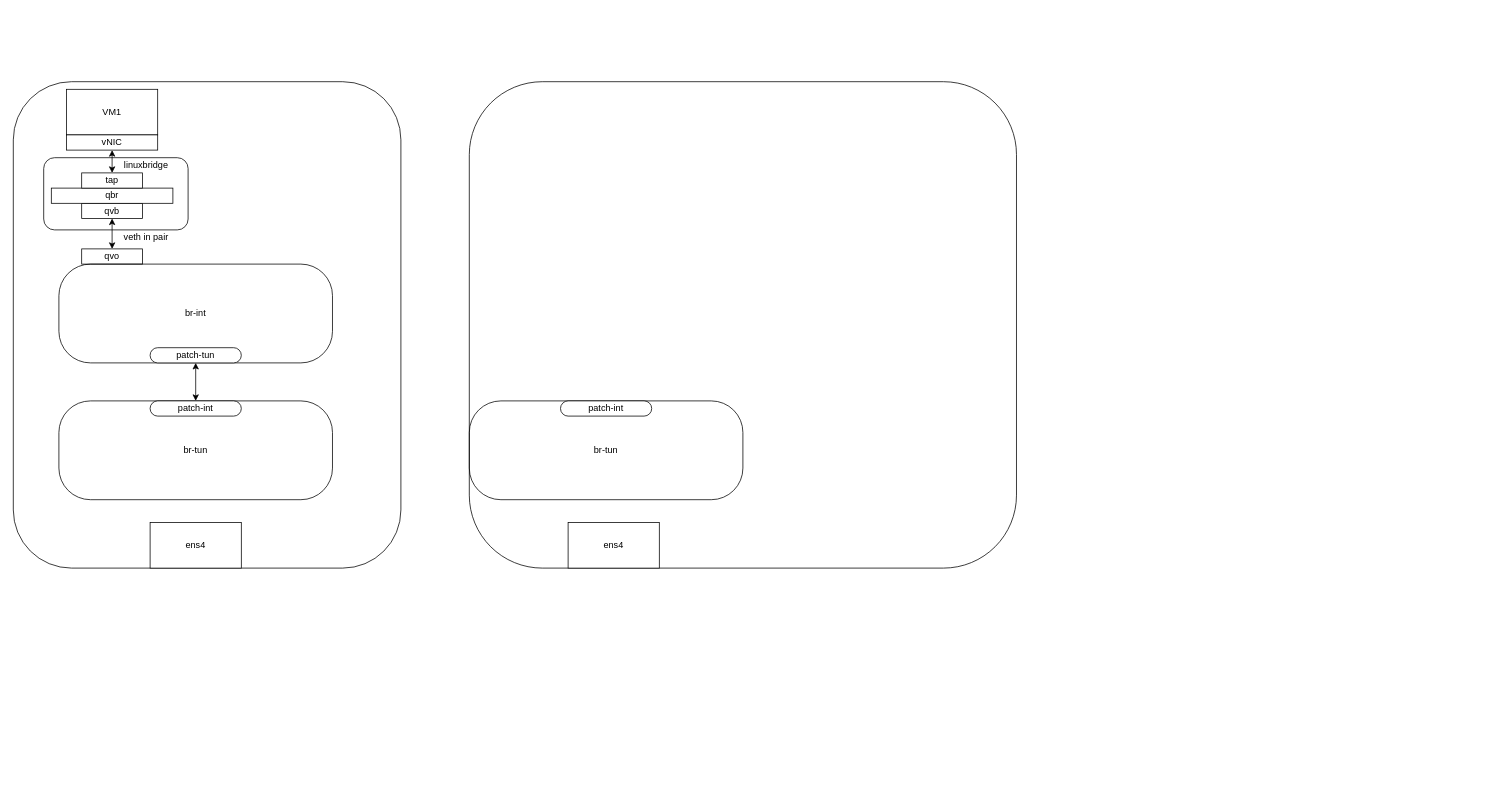
Before: network_flow_openstack_ovs.drawio in lmq1999/Mytest, a draw.io diagram. Source tidied: cells renumbered, new cells numbered last; positions are measured from the earlier drawing's top-left corner, leaving out a move shared by most shapes. Both pictures are drawn from the tidied source at 76%, with x=0, y=0 at pixel (13, 81).
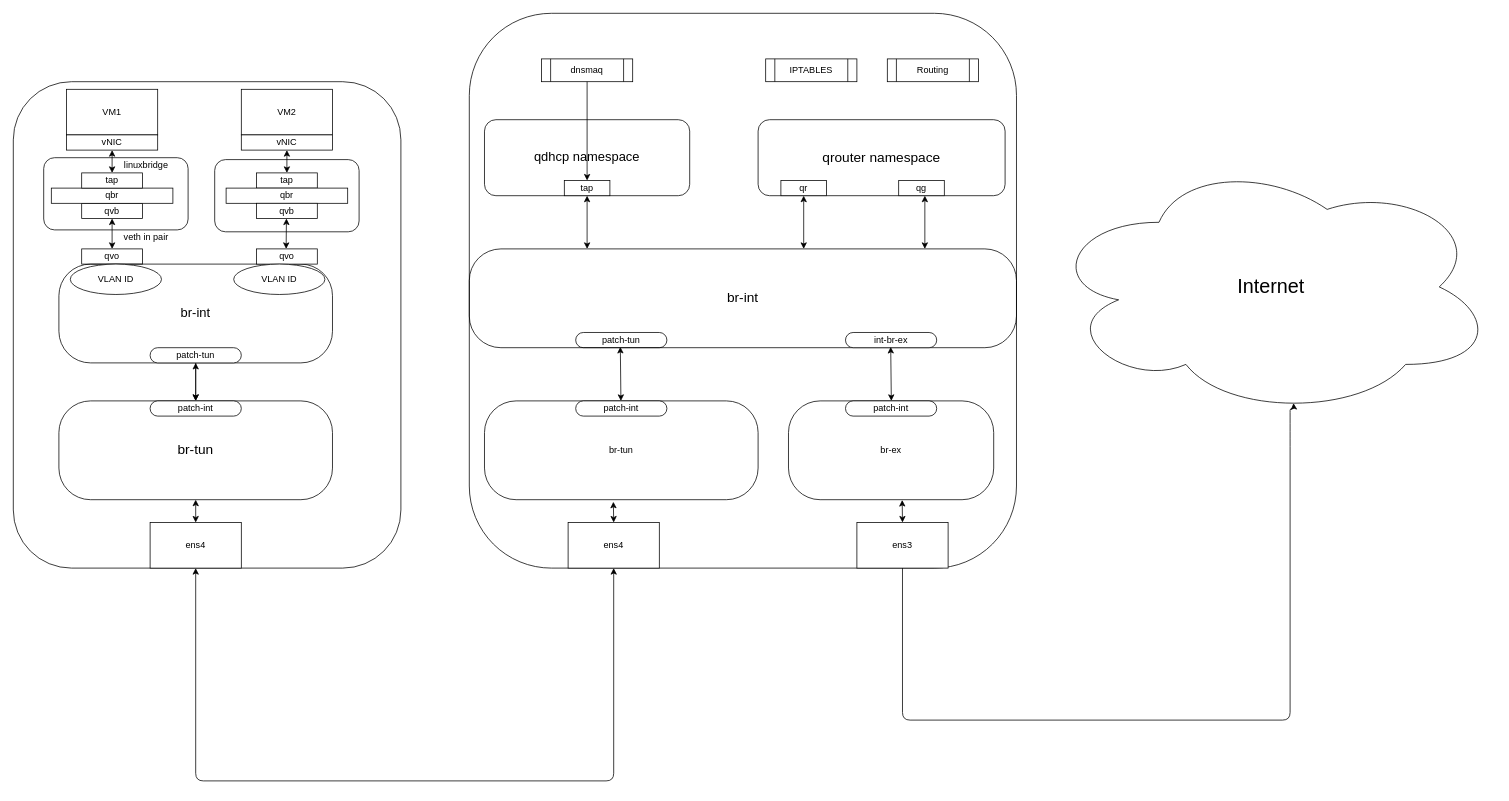
The same page after the edit.

Unchanged cells that the change refers to:
```xml
<mxCell id="18" value="ens4" style="rounded=0;whiteSpace=wrap;html=1;fillColor=#ffffff;" parent="1" vertex="1">
  <mxGeometry x="180" y="580" width="120" height="60" as="geometry" />
</mxCell>
<mxCell id="21" value="ens4" style="rounded=0;whiteSpace=wrap;html=1;fillColor=#ffffff;" parent="1" vertex="1">
  <mxGeometry x="730" y="580" width="120" height="60" as="geometry" />
</mxCell>
```

Diff of the diagram source:
```diff
@@
+    <mxCell id="24" style="edgeStyle=orthogonalEdgeStyle;rounded=0;jettySize=auto;html=1;" parent="1" edge="1" source="13" target="15">
+      <mxGeometry relative="1" as="geometry" />
+    </mxCell>
-    <mxCell id="13" value="br-int" style="rounded=1;whiteSpace=wrap;html=1;fillColor=none;arcSize=32;" parent="1" vertex="1">
+    <mxCell id="13" value="&lt;font style=&quot;font-size: 17px&quot;&gt;br-int&lt;/font&gt;" style="rounded=1;whiteSpace=wrap;html=1;fillColor=none;arcSize=32;" parent="1" vertex="1">
       <mxGeometry x="60" y="240" width="360" height="130" as="geometry" />
     </mxCell>
@@
-    <mxCell id="15" value="br-tun" style="rounded=1;whiteSpace=wrap;html=1;fillColor=none;arcSize=32;" parent="1" vertex="1">
+    <mxCell id="15" value="&lt;font style=&quot;font-size: 18px&quot;&gt;br-tun&lt;/font&gt;" style="rounded=1;whiteSpace=wrap;html=1;fillColor=none;arcSize=32;" parent="1" vertex="1">
       <mxGeometry x="60" y="420" width="360" height="130" as="geometry" />
     </mxCell>
@@
     <mxCell id="20" style="rounded=1;whiteSpace=wrap;html=1;" parent="1" vertex="1">
-      <mxGeometry x="600" width="720" height="640" as="geometry" />
+      <mxGeometry x="600" y="-90" width="720" height="730" as="geometry" />
     </mxCell>
@@
     <mxCell id="22" value="br-tun" style="rounded=1;whiteSpace=wrap;html=1;fillColor=none;arcSize=32;" parent="1" vertex="1">
-      <mxGeometry x="600" y="420" width="360" height="130" as="geometry" />
+      <mxGeometry x="620" y="420" width="360" height="130" as="geometry" />
     </mxCell>
     <mxCell id="23" value="patch-int" style="rounded=1;whiteSpace=wrap;html=1;fillColor=#ffffff;arcSize=50;" parent="1" vertex="1">
-      <mxGeometry x="720" y="420" width="120" height="20" as="geometry" />
+      <mxGeometry x="740" y="420" width="120" height="20" as="geometry" />
     </mxCell>
+    <mxCell id="25" style="endArrow=classic;startArrow=classic;html=1;exitX=0.5;exitY=0;exitDx=0;exitDy=0;entryX=0.276;entryY=0.992;entryDx=0;entryDy=0;entryPerimeter=0;" parent="1" edge="1" target="27">
+      <mxGeometry relative="1" as="geometry">
+        <mxPoint x="799.5" y="420" as="sourcePoint" />
+      </mxGeometry>
+    </mxCell>
+    <mxCell id="26" value="patch-tun" style="rounded=1;whiteSpace=wrap;html=1;fillColor=#ffffff;arcSize=50;" parent="1" vertex="1">
+      <mxGeometry x="740" y="330" width="120" height="20" as="geometry" />
+    </mxCell>
+    <mxCell id="27" value="&lt;font style=&quot;font-size: 18px&quot;&gt;br-int&lt;/font&gt;" style="rounded=1;whiteSpace=wrap;html=1;fillColor=none;arcSize=32;" parent="1" vertex="1">
+      <mxGeometry x="600" y="220" width="720" height="130" as="geometry" />
+    </mxCell>
+    <mxCell id="28" value="br-ex" style="rounded=1;whiteSpace=wrap;html=1;fillColor=none;arcSize=32;" parent="1" vertex="1">
+      <mxGeometry x="1020" y="420" width="270" height="130" as="geometry" />
+    </mxCell>
+    <mxCell id="29" value="patch-int" style="rounded=1;whiteSpace=wrap;html=1;fillColor=#ffffff;arcSize=50;" parent="1" vertex="1">
+      <mxGeometry x="1095" y="420" width="120" height="20" as="geometry" />
+    </mxCell>
+    <mxCell id="30" value="int-br-ex" style="rounded=1;whiteSpace=wrap;html=1;fillColor=#ffffff;arcSize=50;" parent="1" vertex="1">
+      <mxGeometry x="1095" y="330" width="120" height="20" as="geometry" />
+    </mxCell>
+    <mxCell id="31" style="endArrow=classic;startArrow=classic;html=1;exitX=0.5;exitY=0;exitDx=0;exitDy=0;entryX=0.276;entryY=0.992;entryDx=0;entryDy=0;entryPerimeter=0;" parent="1" edge="1">
+      <mxGeometry relative="1" as="geometry">
+        <mxPoint x="1155.3" y="420" as="sourcePoint" />
+        <mxPoint x="1154.5" y="349" as="targetPoint" />
+      </mxGeometry>
+    </mxCell>
+    <mxCell id="32" value="ens3" style="rounded=0;whiteSpace=wrap;html=1;fillColor=#ffffff;" parent="1" vertex="1">
+      <mxGeometry x="1110" y="580" width="120" height="60" as="geometry" />
+    </mxCell>
+    <mxCell id="33" value="&lt;font style=&quot;font-size: 26px&quot;&gt;Internet&lt;/font&gt;" style="ellipse;shape=cloud;whiteSpace=wrap;html=1;fillColor=#ffffff;" parent="1" vertex="1">
+      <mxGeometry x="1360" y="100" width="590" height="340" as="geometry" />
+    </mxCell>
+    <mxCell id="34" style="endArrow=classic;html=1;exitX=0.5;exitY=1;exitDx=0;exitDy=0;entryX=0.55;entryY=0.95;entryDx=0;entryDy=0;entryPerimeter=0;" parent="1" edge="1" source="32" target="33">
+      <mxGeometry relative="1" as="geometry">
+        <Array as="points">
+          <mxPoint x="1170" y="840" />
+          <mxPoint x="1680" y="840" />
+          <mxPoint x="1680" y="470" />
+          <mxPoint x="1680" y="440" />
+          <mxPoint x="1680" y="430" />
+          <mxPoint x="1685" y="430" />
+        </Array>
+      </mxGeometry>
+    </mxCell>
+    <mxCell id="35" value="&lt;font style=&quot;font-size: 17px&quot;&gt;qdhcp namespace&lt;/font&gt;" style="rounded=1;whiteSpace=wrap;html=1;fillColor=#ffffff;" parent="1" vertex="1">
+      <mxGeometry x="620" y="50" width="270" height="100" as="geometry" />
+    </mxCell>
+    <mxCell id="36" value="&lt;font style=&quot;font-size: 18px&quot;&gt;qrouter namespace&lt;br&gt;&lt;/font&gt;" style="rounded=1;whiteSpace=wrap;html=1;fillColor=#ffffff;" parent="1" vertex="1">
+      <mxGeometry x="980" y="50" width="325" height="100" as="geometry" />
+    </mxCell>
+    <mxCell id="37" value="qr" style="rounded=0;whiteSpace=wrap;html=1;fillColor=#ffffff;" parent="1" vertex="1">
+      <mxGeometry x="1010" y="130" width="60" height="20" as="geometry" />
+    </mxCell>
+    <mxCell id="38" value="qg" style="rounded=0;whiteSpace=wrap;html=1;fillColor=#ffffff;" parent="1" vertex="1">
+      <mxGeometry x="1165" y="130" width="60" height="20" as="geometry" />
+    </mxCell>
+    <mxCell id="39" value="tap" style="rounded=0;whiteSpace=wrap;html=1;fillColor=#ffffff;" parent="1" vertex="1">
+      <mxGeometry x="725" y="130" width="60" height="20" as="geometry" />
+    </mxCell>
+    <mxCell id="40" value="dnsmaq" style="shape=process;whiteSpace=wrap;html=1;backgroundOutline=1;fillColor=#ffffff;" parent="1" vertex="1">
+      <mxGeometry x="695" y="-30" width="120" height="30" as="geometry" />
+    </mxCell>
+    <mxCell id="41" value="IPTABLES" style="shape=process;whiteSpace=wrap;html=1;backgroundOutline=1;fillColor=#ffffff;" parent="1" vertex="1">
+      <mxGeometry x="990" y="-30" width="120" height="30" as="geometry" />
+    </mxCell>
+    <mxCell id="42" value="Routing" style="shape=process;whiteSpace=wrap;html=1;backgroundOutline=1;fillColor=#ffffff;" parent="1" vertex="1">
+      <mxGeometry x="1150" y="-30" width="120" height="30" as="geometry" />
+    </mxCell>
+    <mxCell id="43" style="endArrow=classic;html=1;exitX=0.5;exitY=1;exitDx=0;exitDy=0;entryX=0.5;entryY=0;entryDx=0;entryDy=0;" parent="1" edge="1" source="40" target="39">
+      <mxGeometry relative="1" as="geometry" />
+    </mxCell>
+    <mxCell id="44" style="endArrow=classic;startArrow=classic;html=1;exitX=0.5;exitY=0;exitDx=0;exitDy=0;entryX=0.5;entryY=1;entryDx=0;entryDy=0;" parent="1" edge="1" source="18" target="15">
+      <mxGeometry relative="1" as="geometry" />
+    </mxCell>
+    <mxCell id="45" style="endArrow=classic;startArrow=classic;html=1;exitX=0.5;exitY=1;exitDx=0;exitDy=0;entryX=0.5;entryY=1;entryDx=0;entryDy=0;" parent="1" edge="1" source="18" target="21">
+      <mxGeometry relative="1" as="geometry">
+        <Array as="points">
+          <mxPoint x="240" y="920" />
+          <mxPoint x="790" y="920" />
+        </Array>
+      </mxGeometry>
+    </mxCell>
+    <mxCell id="46" style="endArrow=classic;startArrow=classic;html=1;exitX=0.5;exitY=0;exitDx=0;exitDy=0;entryX=0.471;entryY=1.021;entryDx=0;entryDy=0;entryPerimeter=0;" parent="1" edge="1" source="21" target="22">
+      <mxGeometry relative="1" as="geometry" />
+    </mxCell>
+    <mxCell id="47" style="endArrow=classic;startArrow=classic;html=1;exitX=0.5;exitY=0;exitDx=0;exitDy=0;entryX=0.554;entryY=1.003;entryDx=0;entryDy=0;entryPerimeter=0;" parent="1" edge="1" source="32" target="28">
+      <mxGeometry relative="1" as="geometry" />
+    </mxCell>
+    <mxCell id="48" style="endArrow=classic;startArrow=classic;html=1;entryX=0.5;entryY=0;entryDx=0;entryDy=0;exitX=0.5;exitY=1;exitDx=0;exitDy=0;" parent="1" edge="1" source="39">
+      <mxGeometry relative="1" as="geometry">
+        <mxPoint x="755" y="220" as="targetPoint" />
+      </mxGeometry>
+    </mxCell>
+    <mxCell id="49" style="endArrow=classic;startArrow=classic;html=1;exitX=0.5;exitY=0;exitDx=0;exitDy=0;entryX=0.5;entryY=1;entryDx=0;entryDy=0;" parent="1" edge="1" target="37">
+      <mxGeometry relative="1" as="geometry">
+        <mxPoint x="1040" y="220" as="sourcePoint" />
+      </mxGeometry>
+    </mxCell>
+    <mxCell id="50" style="endArrow=classic;startArrow=classic;html=1;exitX=0.5;exitY=0;exitDx=0;exitDy=0;entryX=0.5;entryY=1;entryDx=0;entryDy=0;" parent="1" edge="1">
+      <mxGeometry relative="1" as="geometry">
+        <mxPoint x="1199.4" y="220" as="sourcePoint" />
+        <mxPoint x="1199.4" y="150" as="targetPoint" />
+      </mxGeometry>
+    </mxCell>
+    <mxCell id="51" value="VM2" style="rounded=0;whiteSpace=wrap;html=1;" parent="1" vertex="1">
+      <mxGeometry x="300" y="10" width="120" height="60" as="geometry" />
+    </mxCell>
+    <mxCell id="52" value="vNIC" style="rounded=0;whiteSpace=wrap;html=1;" parent="1" vertex="1">
+      <mxGeometry x="300" y="70" width="120" height="20" as="geometry" />
+    </mxCell>
+    <mxCell id="53" style="rounded=1;whiteSpace=wrap;html=1;fillColor=none;" parent="1" vertex="1">
+      <mxGeometry x="265" y="102.5" width="190" height="95" as="geometry" />
+    </mxCell>
+    <mxCell id="54" style="endArrow=classic;startArrow=classic;html=1;entryX=0.5;entryY=1;entryDx=0;entryDy=0;exitX=0.5;exitY=0;exitDx=0;exitDy=0;" parent="1" edge="1" source="55" target="52">
+      <mxGeometry relative="1" as="geometry" />
+    </mxCell>
+    <mxCell id="55" value="tap" style="rounded=0;whiteSpace=wrap;html=1;" parent="1" vertex="1">
+      <mxGeometry x="320" y="120" width="80" height="20" as="geometry" />
+    </mxCell>
+    <mxCell id="56" value="qbr" style="rounded=0;whiteSpace=wrap;html=1;" parent="1" vertex="1">
+      <mxGeometry x="280" y="140" width="160" height="20" as="geometry" />
+    </mxCell>
+    <mxCell id="57" value="qvb" style="rounded=0;whiteSpace=wrap;html=1;" parent="1" vertex="1">
+      <mxGeometry x="320" y="160" width="80" height="20" as="geometry" />
+    </mxCell>
+    <mxCell id="58" style="endArrow=classic;startArrow=classic;html=1;exitX=0.5;exitY=1;exitDx=0;exitDy=0;" parent="1" edge="1">
+      <mxGeometry relative="1" as="geometry">
+        <mxPoint x="359.4" y="180" as="sourcePoint" />
+        <mxPoint x="359" y="220" as="targetPoint" />
+      </mxGeometry>
+    </mxCell>
+    <mxCell id="59" value="qvo" style="rounded=0;whiteSpace=wrap;html=1;" parent="1" vertex="1">
+      <mxGeometry x="320" y="220" width="80" height="20" as="geometry" />
+    </mxCell>
+    <mxCell id="60" value="VLAN ID" style="ellipse;whiteSpace=wrap;html=1;fillColor=#ffffff;" parent="1" vertex="1">
+      <mxGeometry x="75" y="240" width="120" height="40" as="geometry" />
+    </mxCell>
+    <mxCell id="61" value="VLAN ID" style="ellipse;whiteSpace=wrap;html=1;fillColor=#ffffff;" parent="1" vertex="1">
+      <mxGeometry x="290" y="240" width="120" height="40" as="geometry" />
+    </mxCell>
```
